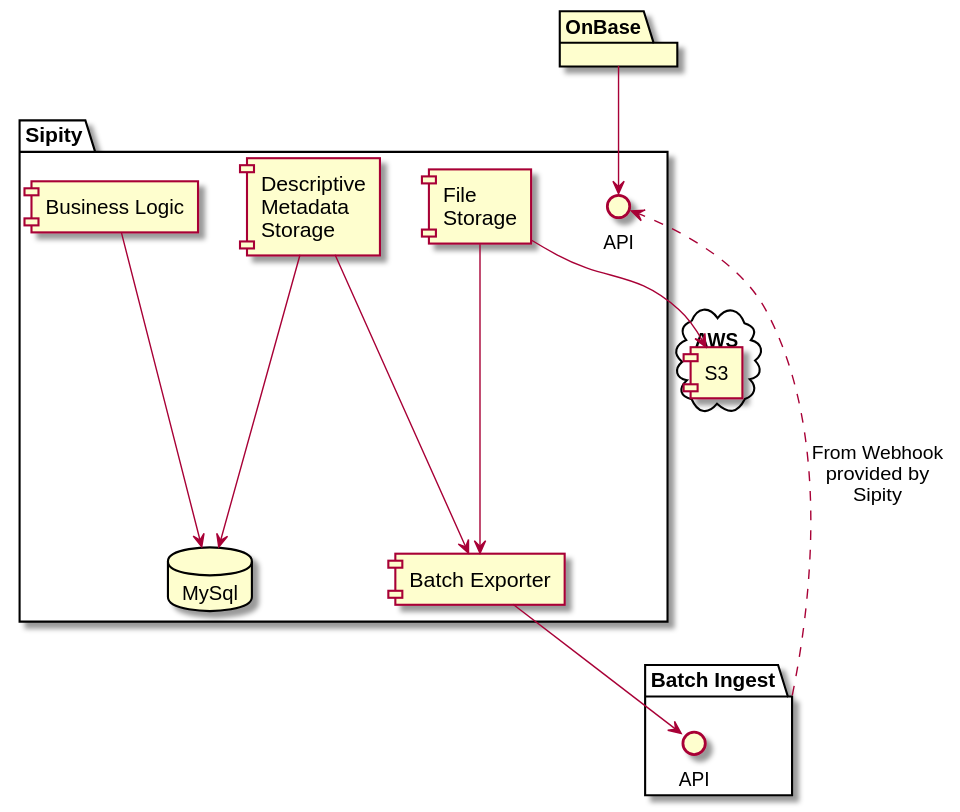
The PlantUML diagram plantuml/sipity.svg in ndlib/dam-ecosystem-mapping, before a commit.
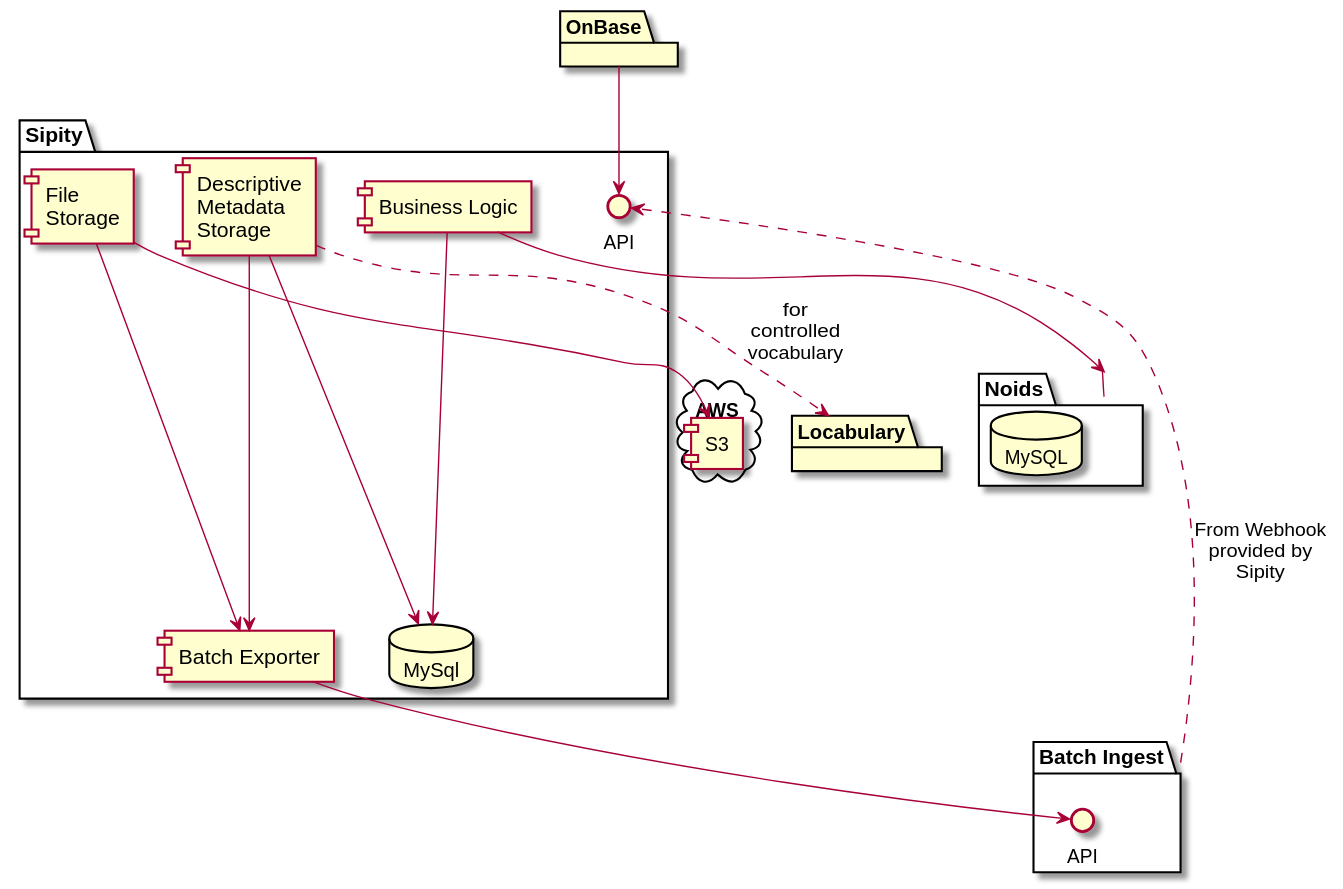
Later version of the same file.

Commit message:
Updating Sipity and Curate

Diff of the diagram source:
```diff
@@ -14,7 +14,14 @@
   interface "API" as BatchAPI
 }
 
+package Noids {
+  database MySQL as MySQLNoids
+}
+
 package OnBase
+
+package Locabulary
+SipityDMS ..> Locabulary : "for\ncontrolled\nvocabulary"
 
 cloud "AWS" {
   component S3
@@ -27,6 +34,7 @@
 SipityDMS --> SipityBE
 Batch ..> SipityAPI : "From Webhook\nprovided by\nSipity"
 SipityBL --> MySql
+SipityBL --> Noids
 OnBase --> SipityAPI
 
 @enduml
```
